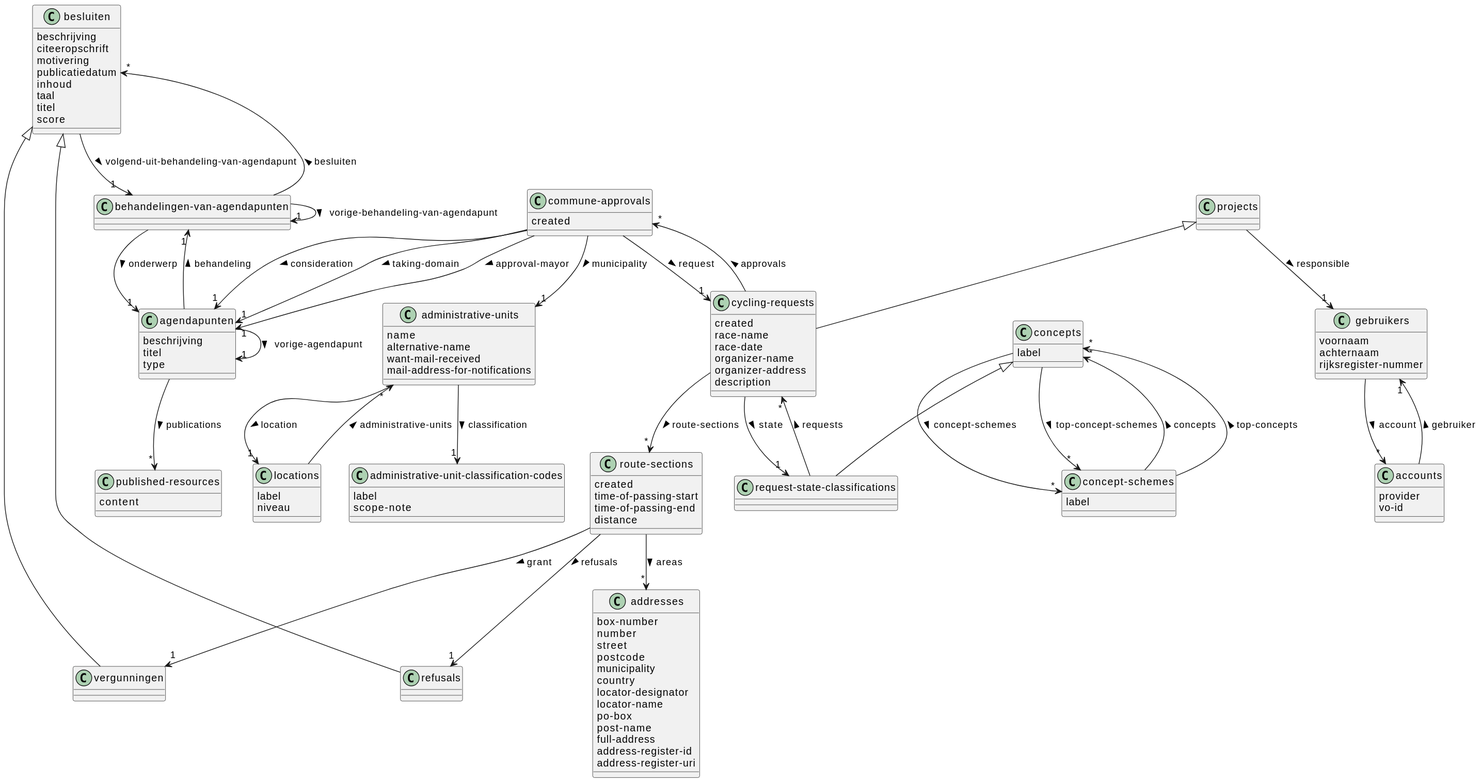
This is doc/jsonapi-domain.svg from lblod/app-cycling-requests-group-10, a PlantUML export, as it was before one commit.
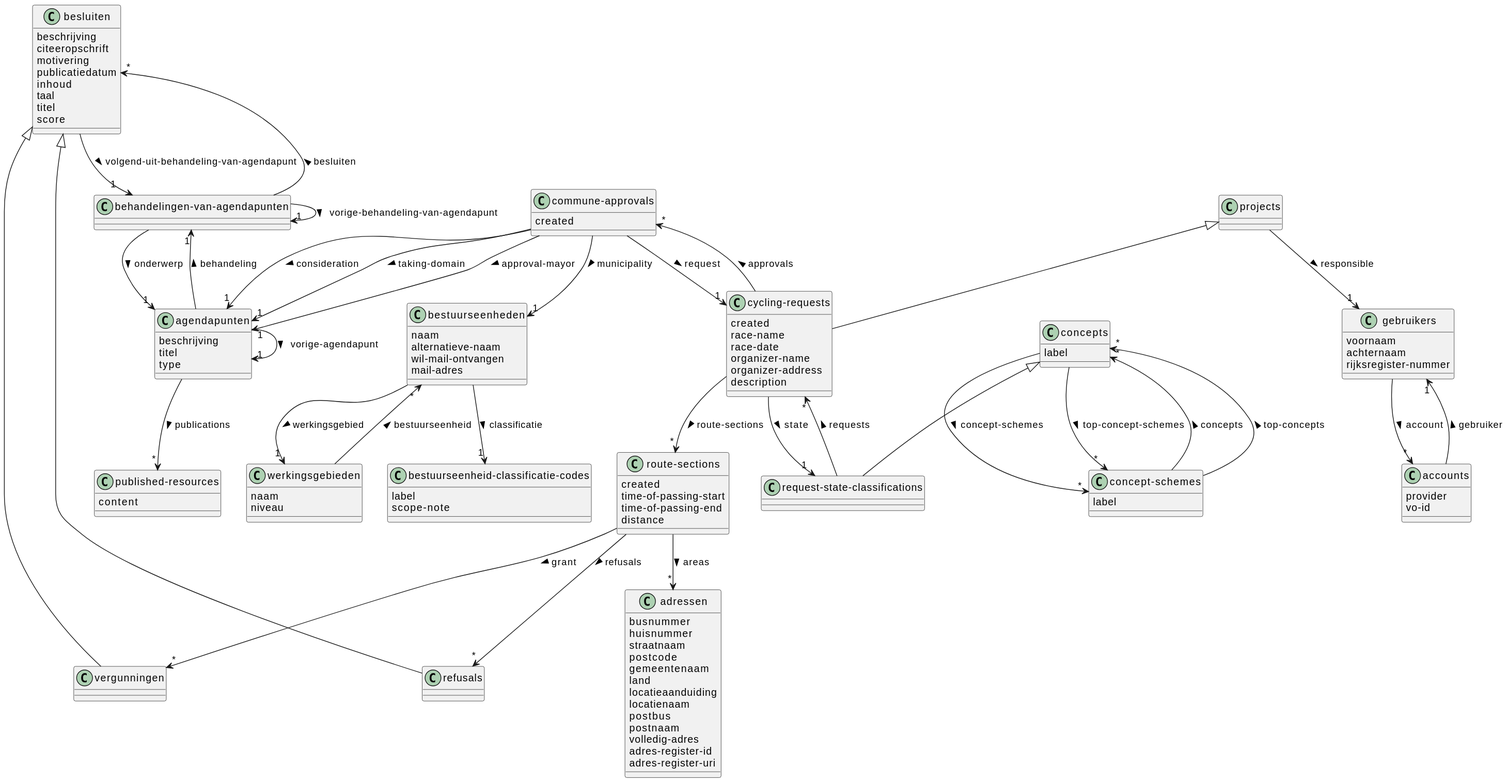
Later version of the same file.

Commit message:
fix: route section will have multiple besluit links as there are multiple agendapunten for it

Change to the diagram source:
```diff
@@ -5,20 +5,17 @@
 "route-sections" : time-of-passing-start
 "route-sections" : time-of-passing-end
 "route-sections" : distance
-"route-sections" --> "1" "vergunningen" : grant >
-"route-sections" --> "1" "refusals" : refusals >
-"route-sections" --> "*" "addresses" : areas >
-class "administrative-units"
-"administrative-units" : name
-"administrative-units" : alternative-name
-"administrative-units" : want-mail-received
-"administrative-units" : mail-address-for-notifications
-"administrative-units" --> "1" "locations" : location >
-"administrative-units" --> "1" "administrative-unit-classification-codes" : classification >
+"route-sections" --> "*" "adressen" : areas >
+"route-sections" --> "*" "vergunningen" : grant >
+"route-sections" --> "*" "refusals" : refusals >
 class "projects"
 "projects" --> "1" "gebruikers" : responsible >
 class "vergunningen"
 "besluiten" <|-- "vergunningen"
+class "werkingsgebieden"
+"werkingsgebieden" : naam
+"werkingsgebieden" : niveau
+"werkingsgebieden" --> "*" "bestuurseenheden" : bestuurseenheid >
 class "gebruikers"
 "gebruikers" : voornaam
 "gebruikers" : achternaam
@@ -30,13 +27,27 @@
 "concepts" --> "*" "concept-schemes" : top-concept-schemes >
 class "commune-approvals"
 "commune-approvals" : created
-"commune-approvals" --> "1" "administrative-units" : municipality >
+"commune-approvals" --> "1" "bestuurseenheden" : municipality >
 "commune-approvals" --> "1" "cycling-requests" : request >
 "commune-approvals" --> "1" "agendapunten" : consideration >
 "commune-approvals" --> "1" "agendapunten" : taking-domain >
 "commune-approvals" --> "1" "agendapunten" : approval-mayor >
 class "refusals"
 "besluiten" <|-- "refusals"
+class "adressen"
+"adressen" : busnummer
+"adressen" : huisnummer
+"adressen" : straatnaam
+"adressen" : postcode
+"adressen" : gemeentenaam
+"adressen" : land
+"adressen" : locatieaanduiding
+"adressen" : locatienaam
+"adressen" : postbus
+"adressen" : postnaam
+"adressen" : volledig-adres
+"adressen" : adres-register-id
+"adressen" : adres-register-uri
 class "agendapunten"
 "agendapunten" : beschrijving
 "agendapunten" : titel
@@ -78,29 +89,18 @@
 "cycling-requests" --> "*" "route-sections" : route-sections >
 "cycling-requests" --> "*" "commune-approvals" : approvals >
 "projects" <|-- "cycling-requests"
-class "addresses"
-"addresses" : box-number
-"addresses" : number
-"addresses" : street
-"addresses" : postcode
-"addresses" : municipality
-"addresses" : country
-"addresses" : locator-designator
-"addresses" : locator-name
-"addresses" : po-box
-"addresses" : post-name
-"addresses" : full-address
-"addresses" : address-register-id
-"addresses" : address-register-uri
-class "locations"
-"locations" : label
-"locations" : niveau
-"locations" --> "*" "administrative-units" : administrative-units >
+class "bestuurseenheden"
+"bestuurseenheden" : naam
+"bestuurseenheden" : alternatieve-naam
+"bestuurseenheden" : wil-mail-ontvangen
+"bestuurseenheden" : mail-adres
+"bestuurseenheden" --> "1" "werkingsgebieden" : werkingsgebied >
+"bestuurseenheden" --> "1" "bestuurseenheid-classificatie-codes" : classificatie >
 class "concept-schemes"
 "concept-schemes" : label
 "concept-schemes" --> "*" "concepts" : concepts >
 "concept-schemes" --> "*" "concepts" : top-concepts >
-class "administrative-unit-classification-codes"
-"administrative-unit-classification-codes" : label
-"administrative-unit-classification-codes" : scope-note
+class "bestuurseenheid-classificatie-codes"
+"bestuurseenheid-classificatie-codes" : label
+"bestuurseenheid-classificatie-codes" : scope-note
 @enduml
```
